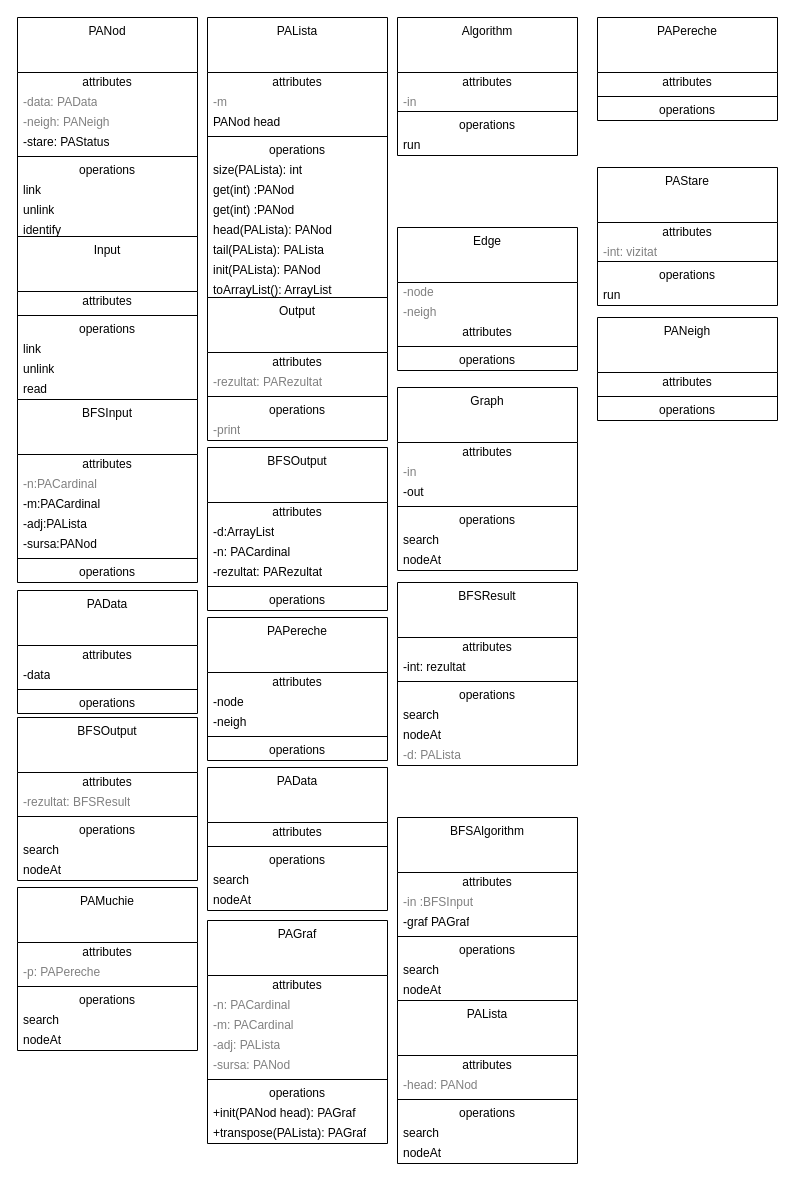
This is C.drawio from Cristof17/PALibrary, a draw.io file, before an edit. Source tidied: cells renumbered, new cells numbered last; positions are measured from the earlier drawing's top-left corner, leaving out a move shared by most shapes. Both pictures are drawn from the tidied source at 100%, with x=0, y=0 at pixel (17, 17).
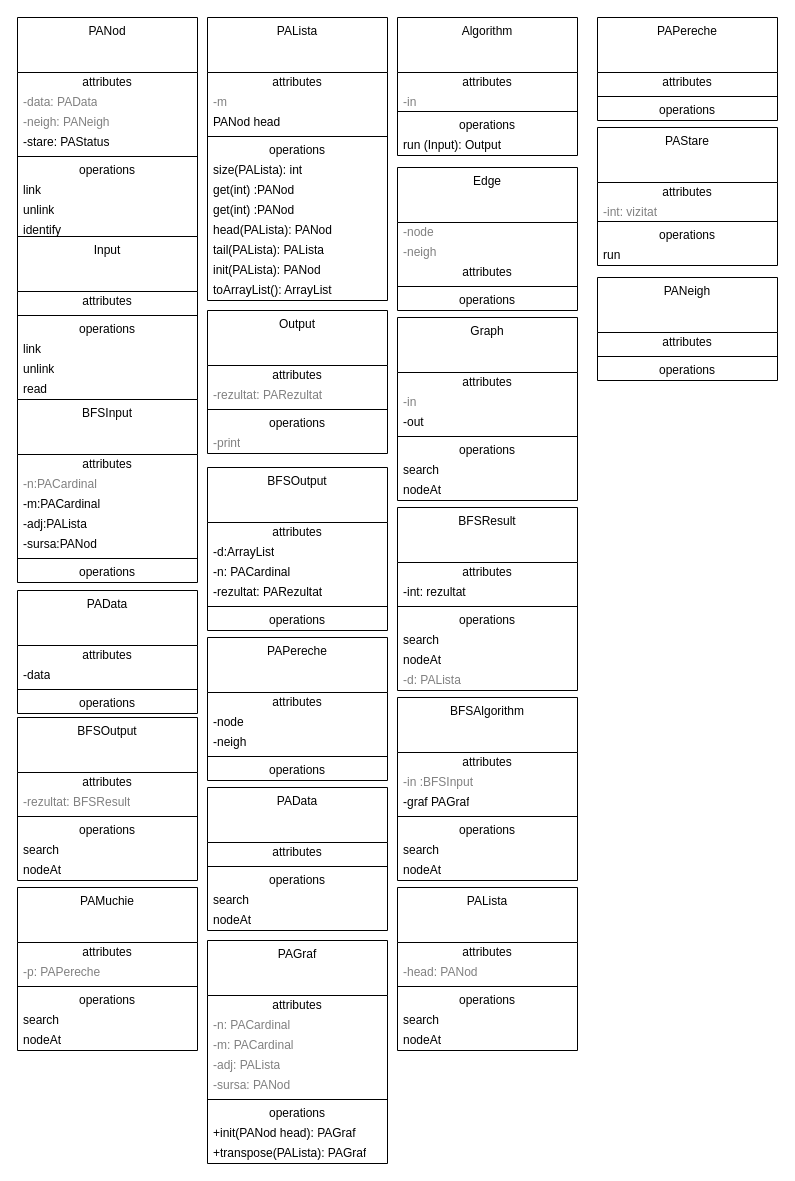
Above is the later version.

Commit message (it also covers changes not shown here):
ifndef for Input.h

The change refers to these unchanged cells:
```xml
<mxCell id="25" value="Algorithm" style="swimlane;fontStyle=0;align=center;verticalAlign=top;horizontal=1;startSize=55;html=1;whiteSpace=wrap;" parent="1" vertex="1">
  <mxGeometry x="380" width="180" height="138" as="geometry" />
</mxCell>
```

What changed in the source:
```diff
@@
-    <mxCell id="30" value="run" style="text;html=1;strokeColor=none;fillColor=none;align=left;verticalAlign=middle;spacingLeft=4;spacingRight=4;overflow=hidden;whiteSpace=wrap;" parent="25" vertex="1">
+    <mxCell id="30" value="run (Input): Output" style="text;html=1;strokeColor=none;fillColor=none;align=left;verticalAlign=middle;spacingLeft=4;spacingRight=4;overflow=hidden;whiteSpace=wrap;" parent="25" vertex="1">
       <mxGeometry y="118" width="180" height="20" as="geometry" />
     </mxCell>
@@
     <mxCell id="38" value="Output" style="swimlane;fontStyle=0;align=center;verticalAlign=top;horizontal=1;startSize=55;html=1;whiteSpace=wrap;" parent="1" vertex="1">
-      <mxGeometry x="190" y="280" width="180" height="143" as="geometry" />
+      <mxGeometry x="190" y="293" width="180" height="143" as="geometry" />
     </mxCell>
@@
     <mxCell id="44" value="Edge" style="swimlane;fontStyle=0;align=center;verticalAlign=top;horizontal=1;startSize=55;html=1;whiteSpace=wrap;" parent="1" vertex="1">
-      <mxGeometry x="380" y="210" width="180" height="143" as="geometry" />
+      <mxGeometry x="380" y="150" width="180" height="143" as="geometry" />
     </mxCell>
@@
     <mxCell id="58" value="BFSOutput" style="swimlane;fontStyle=0;align=center;verticalAlign=top;horizontal=1;startSize=55;html=1;whiteSpace=wrap;" parent="1" vertex="1">
-      <mxGeometry x="190" y="430" width="180" height="163" as="geometry" />
+      <mxGeometry x="190" y="450" width="180" height="163" as="geometry" />
     </mxCell>
@@
     <mxCell id="65" value="Graph" style="swimlane;fontStyle=0;align=center;verticalAlign=top;horizontal=1;startSize=55;html=1;whiteSpace=wrap;" parent="1" vertex="1">
-      <mxGeometry x="380" y="370" width="180" height="183" as="geometry" />
+      <mxGeometry x="380" y="300" width="180" height="183" as="geometry" />
     </mxCell>
@@
     <mxCell id="78" value="PAPereche" style="swimlane;fontStyle=0;align=center;verticalAlign=top;horizontal=1;startSize=55;html=1;whiteSpace=wrap;" parent="1" vertex="1">
-      <mxGeometry x="190" y="600" width="180" height="143" as="geometry" />
+      <mxGeometry x="190" y="620" width="180" height="143" as="geometry" />
     </mxCell>
@@
     <mxCell id="84" value="BFSResult" style="swimlane;fontStyle=0;align=center;verticalAlign=top;horizontal=1;startSize=55;html=1;whiteSpace=wrap;" parent="1" vertex="1">
-      <mxGeometry x="380" y="565" width="180" height="183" as="geometry" />
+      <mxGeometry x="380" y="490" width="180" height="183" as="geometry" />
     </mxCell>
@@
     <mxCell id="92" value="BFSAlgorithm" style="swimlane;fontStyle=0;align=center;verticalAlign=top;horizontal=1;startSize=55;html=1;whiteSpace=wrap;" parent="1" vertex="1">
-      <mxGeometry x="380" y="800" width="180" height="183" as="geometry" />
+      <mxGeometry x="380" y="680" width="180" height="183" as="geometry" />
     </mxCell>
@@
     <mxCell id="107" value="PAData" style="swimlane;fontStyle=0;align=center;verticalAlign=top;horizontal=1;startSize=55;html=1;whiteSpace=wrap;" parent="1" vertex="1">
-      <mxGeometry x="190" y="750" width="180" height="143" as="geometry" />
+      <mxGeometry x="190" y="770" width="180" height="143" as="geometry" />
     </mxCell>
@@
     <mxCell id="113" value="PAGraf" style="swimlane;fontStyle=0;align=center;verticalAlign=top;horizontal=1;startSize=55;html=1;whiteSpace=wrap;" parent="1" vertex="1">
-      <mxGeometry x="190" y="903" width="180" height="223" as="geometry" />
+      <mxGeometry x="190" y="923" width="180" height="223" as="geometry" />
     </mxCell>
@@
     <mxCell id="123" value="PALista" style="swimlane;fontStyle=0;align=center;verticalAlign=top;horizontal=1;startSize=55;html=1;whiteSpace=wrap;" parent="1" vertex="1">
-      <mxGeometry x="380" y="983" width="180" height="163" as="geometry" />
+      <mxGeometry x="380" y="870" width="180" height="163" as="geometry" />
     </mxCell>
@@
     <mxCell id="141" value="PAStare" style="swimlane;fontStyle=0;align=center;verticalAlign=top;horizontal=1;startSize=55;html=1;whiteSpace=wrap;" parent="1" vertex="1">
-      <mxGeometry x="580" y="150" width="180" height="138" as="geometry" />
+      <mxGeometry x="580" y="110" width="180" height="138" as="geometry" />
     </mxCell>
@@
     <mxCell id="147" value="PANeigh" style="swimlane;fontStyle=0;align=center;verticalAlign=top;horizontal=1;startSize=55;html=1;whiteSpace=wrap;" parent="1" vertex="1">
-      <mxGeometry x="580" y="300" width="180" height="103" as="geometry" />
+      <mxGeometry x="580" y="260" width="180" height="103" as="geometry" />
     </mxCell>
```
